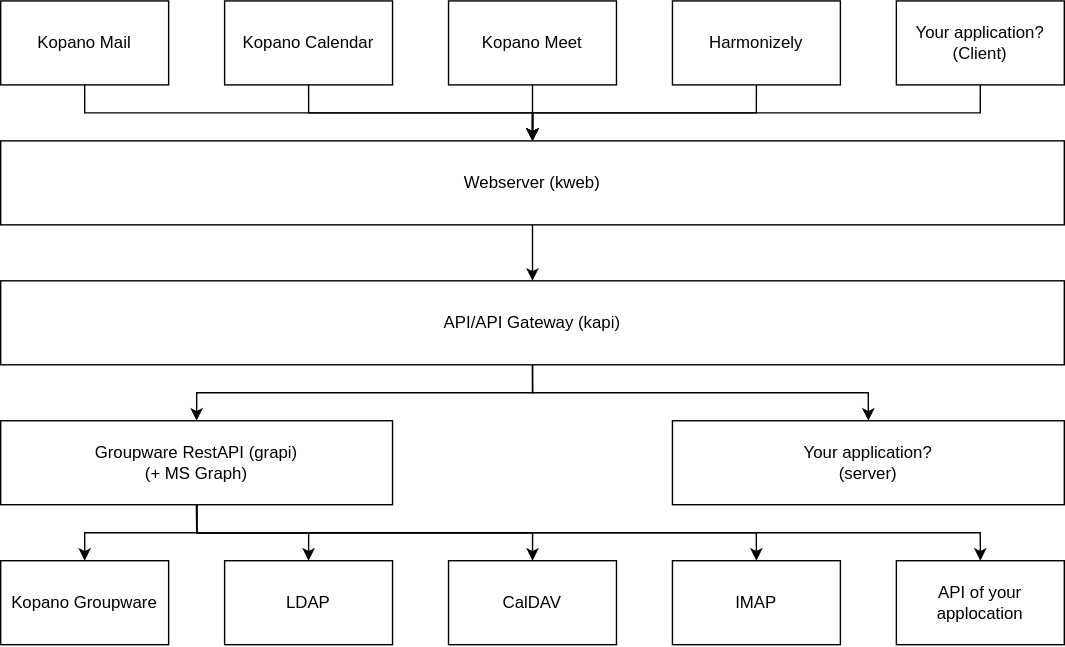
The draw.io diagram docs/img/architecture.drawio.svg in libregraph/libregraph.github.io, before a commit. Source tidied: cells renumbered, new cells last; positions are measured from the earlier drawing's top-left corner, leaving out a move shared by most shapes. The source it was exported from:
```xml
<mxGraphModel>
  <root>
    <mxCell id="0" />
    <mxCell id="1" parent="0" />
    <mxCell id="2" style="edgeStyle=orthogonalEdgeStyle;rounded=0;jettySize=auto;html=1;exitX=0.5;exitY=1;exitDx=0;exitDy=0;entryX=0.5;entryY=0;entryDx=0;entryDy=0;" parent="1" edge="1" source="3" target="13">
      <mxGeometry relative="1" as="geometry" />
    </mxCell>
    <mxCell id="3" value="Kopano Meet" style="rounded=0;whiteSpace=wrap;html=1;" parent="1" vertex="1">
      <mxGeometry x="320" width="120" height="60" as="geometry" />
    </mxCell>
    <mxCell id="4" style="edgeStyle=orthogonalEdgeStyle;rounded=0;jettySize=auto;html=1;exitX=0.5;exitY=1;exitDx=0;exitDy=0;entryX=0.5;entryY=0;entryDx=0;entryDy=0;" parent="1" edge="1" source="5" target="13">
      <mxGeometry relative="1" as="geometry" />
    </mxCell>
    <mxCell id="5" value="Kopano Calendar" style="rounded=0;whiteSpace=wrap;html=1;" parent="1" vertex="1">
      <mxGeometry x="160" width="120" height="60" as="geometry" />
    </mxCell>
    <mxCell id="6" style="edgeStyle=orthogonalEdgeStyle;rounded=0;jettySize=auto;html=1;exitX=0.5;exitY=1;exitDx=0;exitDy=0;entryX=0.5;entryY=0;entryDx=0;entryDy=0;" parent="1" edge="1" source="7" target="13">
      <mxGeometry relative="1" as="geometry" />
    </mxCell>
    <mxCell id="7" value="Kopano Mail" style="rounded=0;whiteSpace=wrap;html=1;" parent="1" vertex="1">
      <mxGeometry width="120" height="60" as="geometry" />
    </mxCell>
    <mxCell id="8" style="edgeStyle=orthogonalEdgeStyle;rounded=0;jettySize=auto;html=1;exitX=0.5;exitY=1;exitDx=0;exitDy=0;entryX=0.5;entryY=0;entryDx=0;entryDy=0;" parent="1" edge="1" source="9" target="13">
      <mxGeometry relative="1" as="geometry" />
    </mxCell>
    <mxCell id="9" value="Harmonizely" style="rounded=0;whiteSpace=wrap;html=1;" parent="1" vertex="1">
      <mxGeometry x="480" width="120" height="60" as="geometry" />
    </mxCell>
    <mxCell id="10" style="edgeStyle=orthogonalEdgeStyle;rounded=0;jettySize=auto;html=1;exitX=0.5;exitY=1;exitDx=0;exitDy=0;entryX=0.5;entryY=0;entryDx=0;entryDy=0;" parent="1" edge="1" source="11" target="13">
      <mxGeometry relative="1" as="geometry" />
    </mxCell>
    <mxCell id="11" value="Your application?&lt;br&gt;(Client)" style="rounded=0;whiteSpace=wrap;html=1;" parent="1" vertex="1">
      <mxGeometry x="640" width="120" height="60" as="geometry" />
    </mxCell>
    <mxCell id="12" style="edgeStyle=orthogonalEdgeStyle;rounded=0;jettySize=auto;html=1;exitX=0.5;exitY=1;exitDx=0;exitDy=0;entryX=0.5;entryY=0;entryDx=0;entryDy=0;" parent="1" edge="1" source="13" target="16">
      <mxGeometry relative="1" as="geometry" />
    </mxCell>
    <mxCell id="13" value="Webserver (kweb)" style="rounded=0;whiteSpace=wrap;html=1;" parent="1" vertex="1">
      <mxGeometry y="100" width="760" height="60" as="geometry" />
    </mxCell>
    <mxCell id="14" style="edgeStyle=orthogonalEdgeStyle;rounded=0;jettySize=auto;html=1;entryX=0.5;entryY=0;entryDx=0;entryDy=0;exitX=0.5;exitY=1;exitDx=0;exitDy=0;" parent="1" edge="1" source="16" target="19">
      <mxGeometry relative="1" as="geometry" />
    </mxCell>
    <mxCell id="15" style="edgeStyle=orthogonalEdgeStyle;rounded=0;jettySize=auto;html=1;exitX=0.5;exitY=1;exitDx=0;exitDy=0;entryX=0.5;entryY=0;entryDx=0;entryDy=0;" parent="1" edge="1" source="16" target="20">
      <mxGeometry relative="1" as="geometry" />
    </mxCell>
    <mxCell id="16" value="API/API Gateway (kapi)" style="rounded=0;whiteSpace=wrap;html=1;" parent="1" vertex="1">
      <mxGeometry y="200" width="760" height="60" as="geometry" />
    </mxCell>
    <mxCell id="17" style="edgeStyle=orthogonalEdgeStyle;rounded=0;jettySize=auto;html=1;exitX=0.5;exitY=1;exitDx=0;exitDy=0;entryX=0.5;entryY=0;entryDx=0;entryDy=0;" parent="1" edge="1" source="19" target="21">
      <mxGeometry relative="1" as="geometry" />
    </mxCell>
    <mxCell id="18" style="edgeStyle=orthogonalEdgeStyle;rounded=0;jettySize=auto;html=1;exitX=0.5;exitY=1;exitDx=0;exitDy=0;entryX=0.5;entryY=0;entryDx=0;entryDy=0;" parent="1" edge="1" source="19" target="23">
      <mxGeometry relative="1" as="geometry">
        <Array as="points">
          <mxPoint x="140" y="380" />
          <mxPoint x="380" y="380" />
        </Array>
      </mxGeometry>
    </mxCell>
    <mxCell id="19" value="Groupware RestAPI (grapi)&lt;br&gt;(+ MS Graph)" style="rounded=0;whiteSpace=wrap;html=1;" parent="1" vertex="1">
      <mxGeometry y="300" width="280" height="60" as="geometry" />
    </mxCell>
    <mxCell id="20" value="Your application?&lt;br&gt;(server)" style="rounded=0;whiteSpace=wrap;html=1;" parent="1" vertex="1">
      <mxGeometry x="480" y="300" width="280" height="60" as="geometry" />
    </mxCell>
    <mxCell id="21" value="Kopano Groupware" style="rounded=0;whiteSpace=wrap;html=1;" parent="1" vertex="1">
      <mxGeometry y="400" width="120" height="60" as="geometry" />
    </mxCell>
    <mxCell id="22" value="LDAP" style="rounded=0;whiteSpace=wrap;html=1;" parent="1" vertex="1">
      <mxGeometry x="160" y="400" width="120" height="60" as="geometry" />
    </mxCell>
    <mxCell id="23" value="CalDAV" style="rounded=0;whiteSpace=wrap;html=1;" parent="1" vertex="1">
      <mxGeometry x="320" y="400" width="120" height="60" as="geometry" />
    </mxCell>
    <mxCell id="24" value="IMAP" style="rounded=0;whiteSpace=wrap;html=1;" parent="1" vertex="1">
      <mxGeometry x="480" y="400" width="120" height="60" as="geometry" />
    </mxCell>
    <mxCell id="25" value="API of your applocation" style="rounded=0;whiteSpace=wrap;html=1;" parent="1" vertex="1">
      <mxGeometry x="640" y="400" width="120" height="60" as="geometry" />
    </mxCell>
    <mxCell id="26" style="edgeStyle=orthogonalEdgeStyle;rounded=0;jettySize=auto;html=1;exitX=0.5;exitY=1;exitDx=0;exitDy=0;entryX=0.5;entryY=0;entryDx=0;entryDy=0;" parent="1" edge="1" source="19" target="24">
      <mxGeometry relative="1" as="geometry">
        <Array as="points">
          <mxPoint x="140" y="380" />
          <mxPoint x="540" y="380" />
        </Array>
      </mxGeometry>
    </mxCell>
    <mxCell id="27" style="edgeStyle=orthogonalEdgeStyle;rounded=0;jettySize=auto;html=1;exitX=0.5;exitY=1;exitDx=0;exitDy=0;entryX=0.5;entryY=0;entryDx=0;entryDy=0;" parent="1" edge="1" source="19" target="25">
      <mxGeometry relative="1" as="geometry">
        <Array as="points">
          <mxPoint x="140" y="380" />
          <mxPoint x="700" y="380" />
        </Array>
      </mxGeometry>
    </mxCell>
    <mxCell id="28" style="edgeStyle=orthogonalEdgeStyle;rounded=0;jettySize=auto;html=1;entryX=0.5;entryY=0;entryDx=0;entryDy=0;exitX=0.5;exitY=1;exitDx=0;exitDy=0;" parent="1" edge="1" source="19" target="22">
      <mxGeometry relative="1" as="geometry">
        <Array as="points">
          <mxPoint x="140" y="380" />
          <mxPoint x="220" y="380" />
        </Array>
      </mxGeometry>
    </mxCell>
  </root>
</mxGraphModel>
```
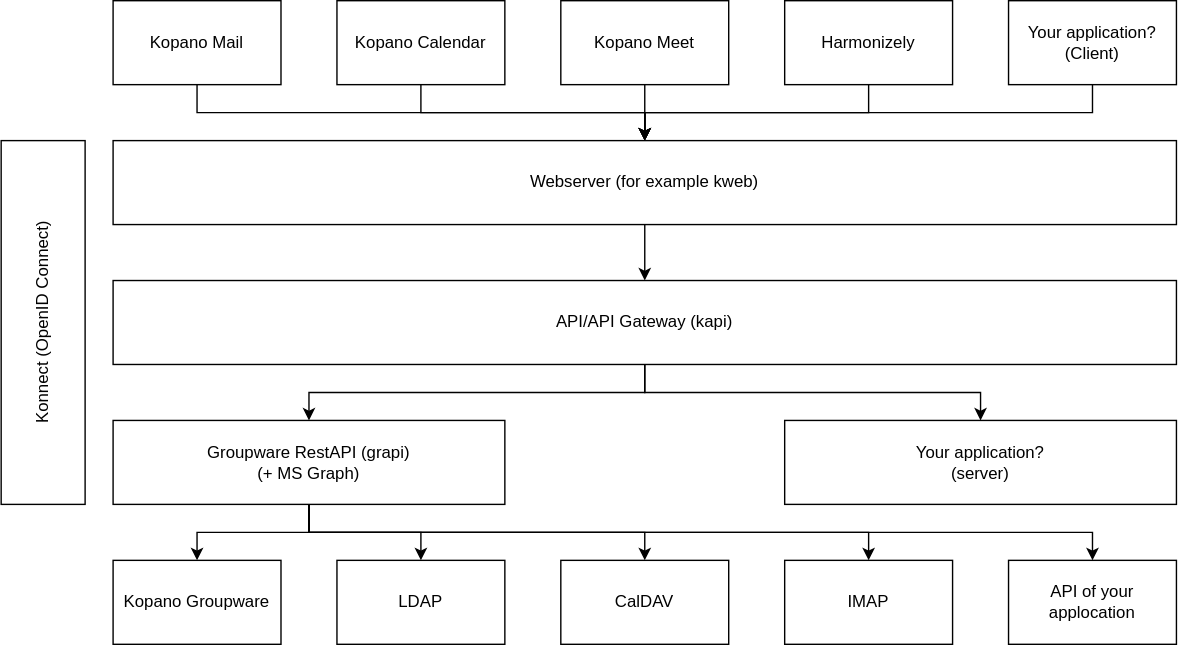
The same diagram one commit later.

Commit message:
Add connect to architecture

The edit, as a diff of the source:
```diff
@@ -35,7 +35,7 @@
     <mxCell id="12" style="edgeStyle=orthogonalEdgeStyle;rounded=0;jettySize=auto;html=1;exitX=0.5;exitY=1;exitDx=0;exitDy=0;entryX=0.5;entryY=0;entryDx=0;entryDy=0;" parent="1" edge="1" source="13" target="16">
       <mxGeometry relative="1" as="geometry" />
     </mxCell>
-    <mxCell id="13" value="Webserver (kweb)" style="rounded=0;whiteSpace=wrap;html=1;" parent="1" vertex="1">
+    <mxCell id="13" value="Webserver (for example kweb)" style="rounded=0;whiteSpace=wrap;html=1;" parent="1" vertex="1">
       <mxGeometry y="100" width="760" height="60" as="geometry" />
     </mxCell>
     <mxCell id="14" style="edgeStyle=orthogonalEdgeStyle;rounded=0;jettySize=auto;html=1;entryX=0.5;entryY=0;entryDx=0;entryDy=0;exitX=0.5;exitY=1;exitDx=0;exitDy=0;" parent="1" edge="1" source="16" target="19">
@@ -103,5 +103,8 @@
         </Array>
       </mxGeometry>
     </mxCell>
+    <mxCell id="29" value="Konnect (OpenID Connect)" style="rounded=0;whiteSpace=wrap;html=1;direction=south;horizontal=0;" parent="1" vertex="1">
+      <mxGeometry x="-80" y="100" width="60" height="260" as="geometry" />
+    </mxCell>
   </root>
 </mxGraphModel>
```
